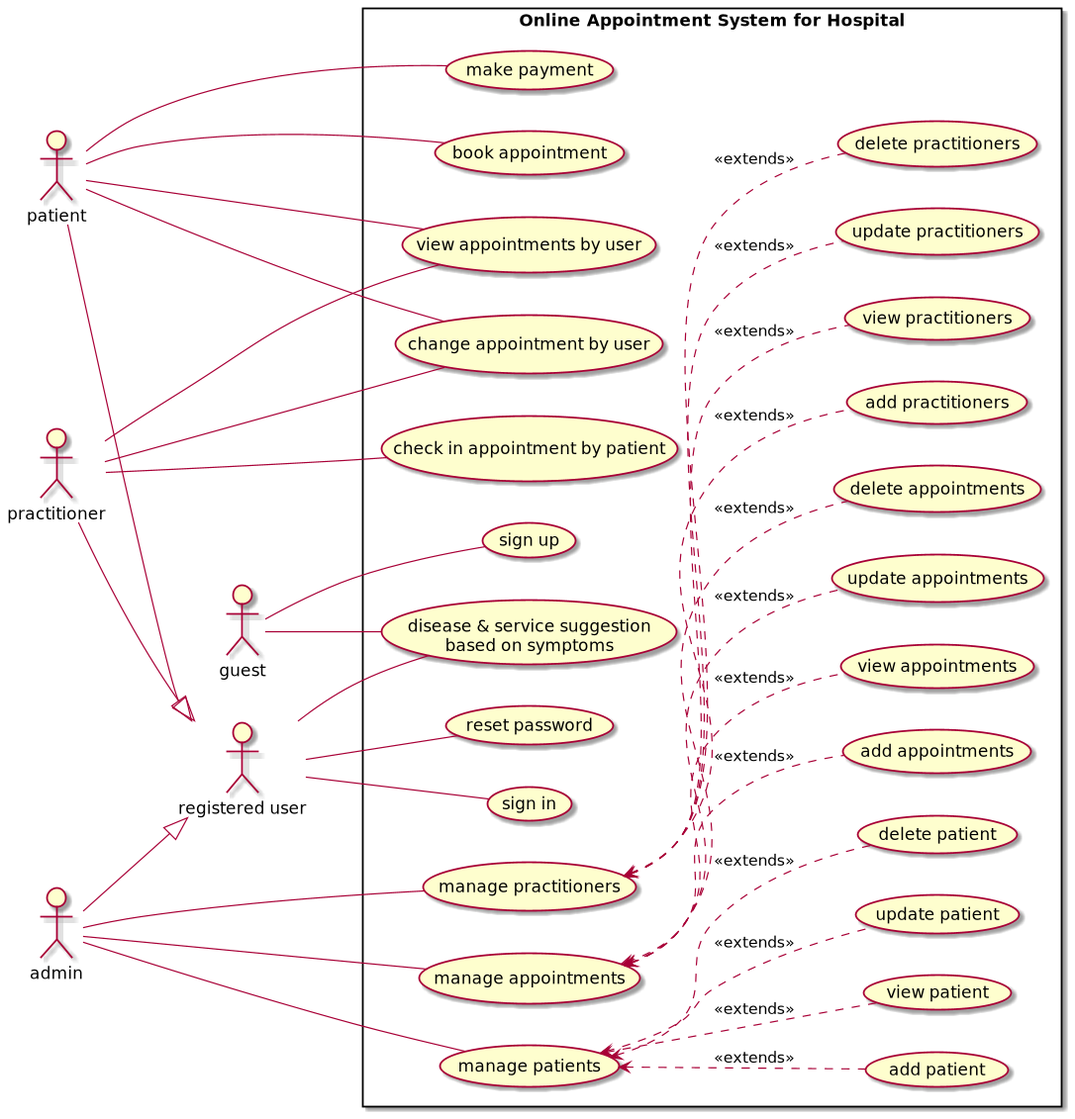
The PlantUML diagram src/client/build/docs/diagrams/out/usecase_system.png in tdnguyen6/hms-PERN, before a commit.
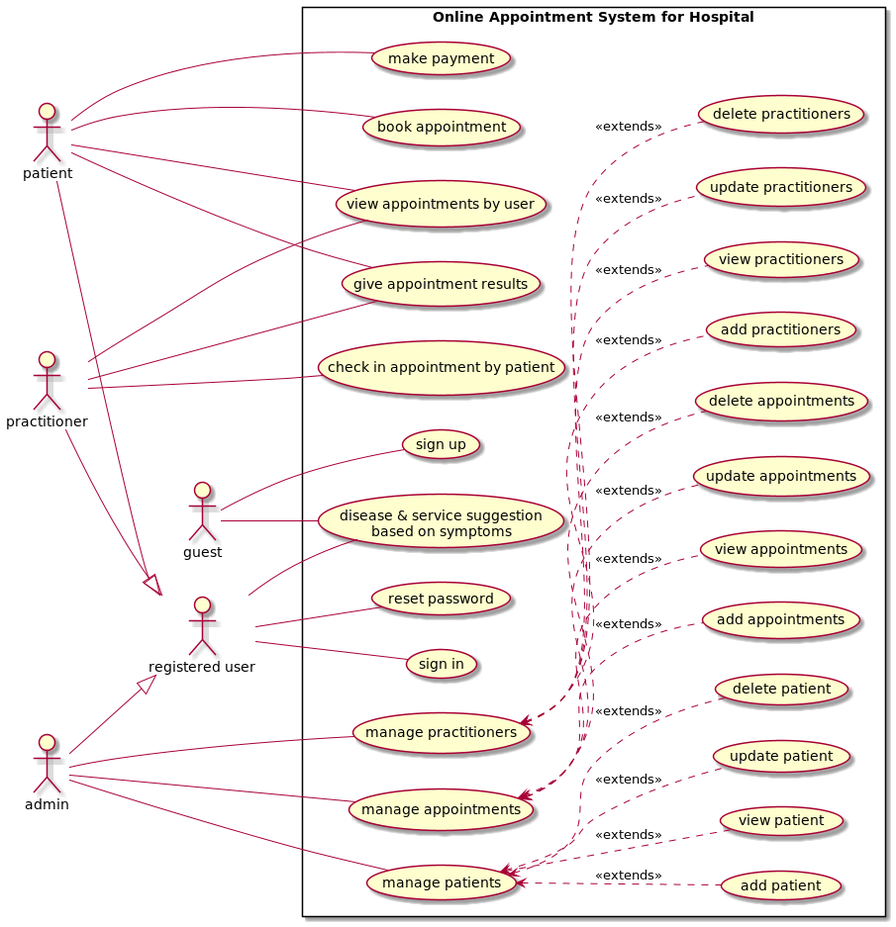
Later version of the same file.

The edit, as a diff of the source:
```diff
@@ -19,7 +19,7 @@
     usecase "disease & service suggestion\n based on symptoms" as UC1
     usecase "view appointments by user" as UC2
     usecase "book appointment" as UC3
-    usecase "change appointment by user" as UC4
+    usecase "give appointment results" as UC4
     usecase "make payment" as UC5
     usecase "check in appointment by patient" as UC6
 
```
